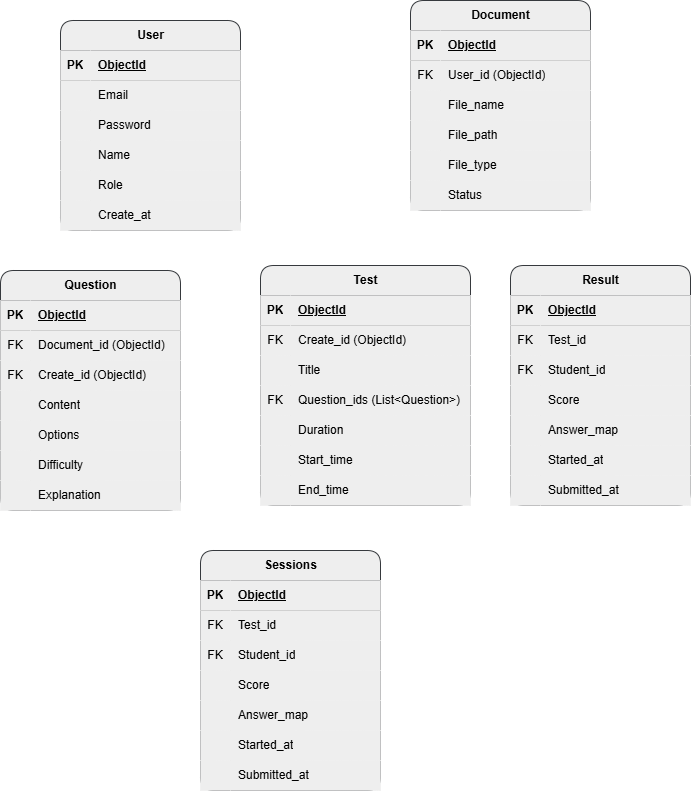
This is documents/images/Db_design.png from trkien2510/Learn-assist, a draw.io export, as it was before one commit. Source tidied: cells renumbered, new cells last; positions are measured from the earlier drawing's top-left corner, leaving out a move shared by most shapes.
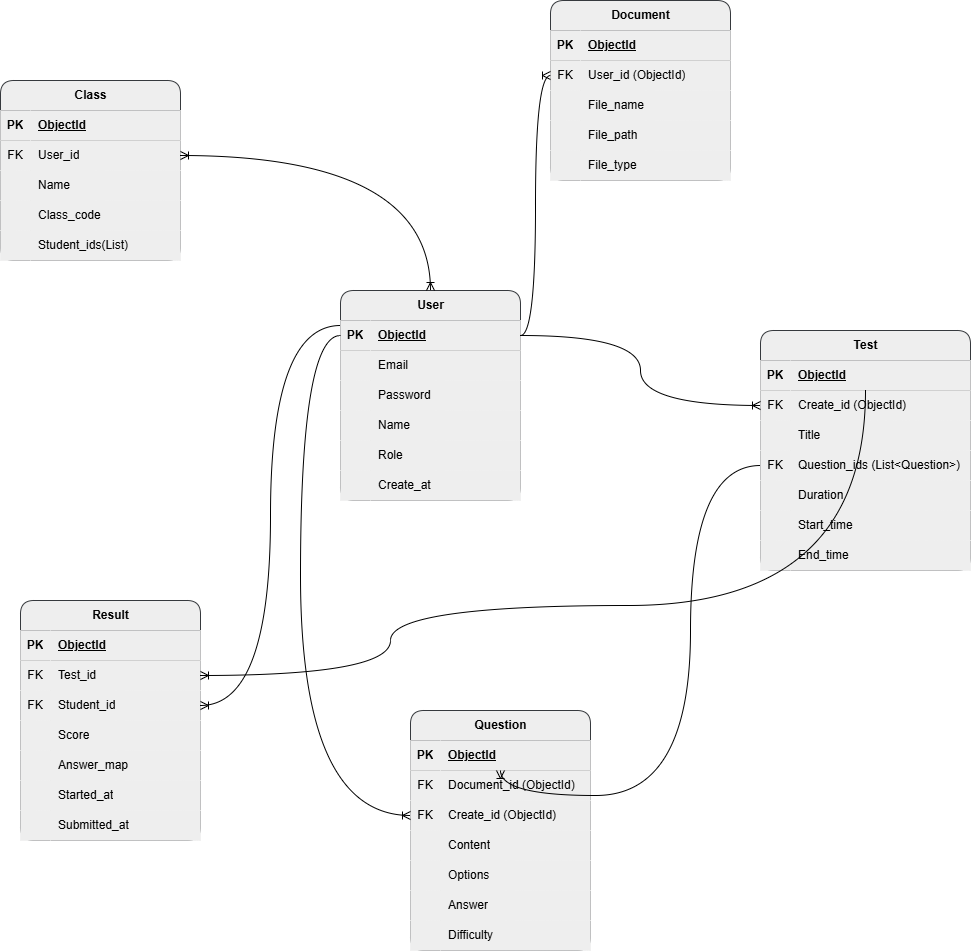
Later version of the same file.

Diff of the diagram source:
```diff
@@ -5,3 +5,3 @@
     <mxCell id="2" value="User" style="shape=table;startSize=30;rowLines=0;fontStyle=1;align=center;html=1;rounded=1;shadow=0;swimlaneLine=1;fillColor=light-dark(#EEEEEE,#E6E6E6);strokeColor=#36393d;fontColor=light-dark(#000000,#000000);" parent="1" vertex="1">
-      <mxGeometry x="60" y="20" width="180" height="210" as="geometry" />
+      <mxGeometry x="300" y="-60" width="180" height="210" as="geometry" />
     </mxCell>
@@ -62,3 +62,3 @@
     <mxCell id="21" value="Document" style="shape=table;startSize=30;rowLines=0;fontStyle=1;align=center;html=1;rounded=1;shadow=0;swimlaneLine=1;fillColor=light-dark(#EEEEEE,#E6E6E6);strokeColor=#36393d;fontColor=light-dark(#000000,#000000);" parent="1" vertex="1">
-      <mxGeometry x="410" width="180" height="210" as="geometry" />
+      <mxGeometry x="510" y="-350" width="180" height="180" as="geometry" />
     </mxCell>
@@ -109,13 +109,4 @@
     </mxCell>
-    <mxCell id="37" style="shape=tableRow;horizontal=0;startSize=0;swimlaneHead=0;swimlaneBody=0;fillColor=light-dark(#EEEEEE,#E6E6E6);top=0;left=0;right=0;bottom=0;fontColor=light-dark(#000000,#000000);" parent="21" vertex="1">
-      <mxGeometry y="180" width="180" height="30" as="geometry" />
-    </mxCell>
-    <mxCell id="38" style="shape=partialRectangle;fillColor=light-dark(#EEEEEE,#E6E6E6);top=0;left=0;bottom=0;right=0;overflow=hidden;whiteSpace=wrap;html=1;fontColor=light-dark(#000000,#000000);" parent="37" vertex="1">
-      <mxGeometry width="30" height="30" as="geometry" />
-    </mxCell>
-    <mxCell id="39" value="Status" style="shape=partialRectangle;fillColor=light-dark(#EEEEEE,#E6E6E6);top=0;left=0;bottom=0;right=0;align=left;spacingLeft=6;overflow=hidden;whiteSpace=wrap;html=1;fontColor=light-dark(#000000,#000000);" parent="37" vertex="1">
-      <mxGeometry x="30" width="150" height="30" as="geometry" />
-    </mxCell>
     <mxCell id="40" value="Question" style="shape=table;startSize=30;rowLines=0;fontStyle=1;align=center;html=1;rounded=1;shadow=0;swimlaneLine=1;fillColor=light-dark(#EEEEEE,#E6E6E6);strokeColor=#36393d;fontColor=light-dark(#000000,#000000);" parent="1" vertex="1">
-      <mxGeometry y="270" width="180" height="240" as="geometry" />
+      <mxGeometry x="370" y="360" width="180" height="240" as="geometry" />
     </mxCell>
@@ -166,4 +157,13 @@
     </mxCell>
+    <mxCell id="59" style="shape=tableRow;horizontal=0;startSize=0;swimlaneHead=0;swimlaneBody=0;fillColor=light-dark(#EEEEEE,#E6E6E6);top=0;left=0;right=0;bottom=0;fontColor=light-dark(#000000,#000000);" parent="40" vertex="1">
+      <mxGeometry y="180" width="180" height="30" as="geometry" />
+    </mxCell>
+    <mxCell id="60" style="shape=partialRectangle;fillColor=light-dark(#EEEEEE,#E6E6E6);top=0;left=0;bottom=0;right=0;overflow=hidden;whiteSpace=wrap;html=1;fontColor=light-dark(#000000,#000000);" parent="59" vertex="1">
+      <mxGeometry width="30" height="30" as="geometry" />
+    </mxCell>
+    <mxCell id="61" value="Answer" style="shape=partialRectangle;fillColor=light-dark(#EEEEEE,#E6E6E6);top=0;left=0;bottom=0;right=0;align=left;spacingLeft=6;overflow=hidden;whiteSpace=wrap;html=1;fontColor=light-dark(#000000,#000000);" parent="59" vertex="1">
+      <mxGeometry x="30" width="150" height="30" as="geometry" />
+    </mxCell>
     <mxCell id="56" style="shape=tableRow;horizontal=0;startSize=0;swimlaneHead=0;swimlaneBody=0;fillColor=light-dark(#EEEEEE,#E6E6E6);top=0;left=0;right=0;bottom=0;fontColor=light-dark(#000000,#000000);" parent="40" vertex="1">
-      <mxGeometry y="180" width="180" height="30" as="geometry" />
+      <mxGeometry y="210" width="180" height="30" as="geometry" />
     </mxCell>
@@ -175,13 +175,4 @@
     </mxCell>
-    <mxCell id="59" style="shape=tableRow;horizontal=0;startSize=0;swimlaneHead=0;swimlaneBody=0;fillColor=light-dark(#EEEEEE,#E6E6E6);top=0;left=0;right=0;bottom=0;fontColor=light-dark(#000000,#000000);" parent="40" vertex="1">
-      <mxGeometry y="210" width="180" height="30" as="geometry" />
-    </mxCell>
-    <mxCell id="60" style="shape=partialRectangle;fillColor=light-dark(#EEEEEE,#E6E6E6);top=0;left=0;bottom=0;right=0;overflow=hidden;whiteSpace=wrap;html=1;fontColor=light-dark(#000000,#000000);" parent="59" vertex="1">
-      <mxGeometry width="30" height="30" as="geometry" />
-    </mxCell>
-    <mxCell id="61" value="Explanation" style="shape=partialRectangle;fillColor=light-dark(#EEEEEE,#E6E6E6);top=0;left=0;bottom=0;right=0;align=left;spacingLeft=6;overflow=hidden;whiteSpace=wrap;html=1;fontColor=light-dark(#000000,#000000);" parent="59" vertex="1">
-      <mxGeometry x="30" width="150" height="30" as="geometry" />
-    </mxCell>
     <mxCell id="62" value="Test" style="shape=table;startSize=30;rowLines=0;fontStyle=1;align=center;html=1;rounded=1;shadow=0;swimlaneLine=1;fillColor=light-dark(#EEEEEE,#E6E6E6);strokeColor=#36393d;fontColor=light-dark(#000000,#000000);" parent="1" vertex="1">
-      <mxGeometry x="260" y="265" width="210" height="240" as="geometry" />
+      <mxGeometry x="720" y="-20" width="210" height="240" as="geometry" />
     </mxCell>
@@ -251,3 +242,3 @@
     <mxCell id="84" value="Result" style="shape=table;startSize=30;rowLines=0;fontStyle=1;align=center;html=1;rounded=1;shadow=0;swimlaneLine=1;fillColor=light-dark(#EEEEEE,#E6E6E6);strokeColor=#36393d;fontColor=light-dark(#000000,#000000);" parent="1" vertex="1">
-      <mxGeometry x="510" y="265" width="180" height="240" as="geometry" />
+      <mxGeometry x="-20" y="250" width="180" height="240" as="geometry" />
     </mxCell>
@@ -316,6 +307,6 @@
     </mxCell>
-    <mxCell id="106" value="&lt;h3 class=&quot;font-bold text-slate-700 flex items-center gap-2&quot; style=&quot;--tw-border-spacing-x: 0; --tw-border-spacing-y: 0; --tw-translate-x: 0; --tw-translate-y: 0; --tw-rotate: 0; --tw-skew-x: 0; --tw-skew-y: 0; --tw-scale-x: 1; --tw-scale-y: 1; --tw-pan-x: ; --tw-pan-y: ; --tw-pinch-zoom: ; --tw-scroll-snap-strictness: proximity; --tw-gradient-from-position: ; --tw-gradient-via-position: ; --tw-gradient-to-position: ; --tw-ordinal: ; --tw-slashed-zero: ; --tw-numeric-figure: ; --tw-numeric-spacing: ; --tw-numeric-fraction: ; --tw-ring-inset: ; --tw-ring-offset-width: 0px; --tw-ring-offset-color: #fff; --tw-ring-color: rgb(59 130 246 / 0.5); --tw-ring-offset-shadow: 0 0 #0000; --tw-ring-shadow: 0 0 #0000; --tw-shadow: 0 0 #0000; --tw-shadow-colored: 0 0 #0000; --tw-blur: ; --tw-brightness: ; --tw-contrast: ; --tw-grayscale: ; --tw-hue-rotate: ; --tw-invert: ; --tw-saturate: ; --tw-sepia: ; --tw-drop-shadow: ; --tw-backdrop-blur: ; --tw-backdrop-brightness: ; --tw-backdrop-contrast: ; --tw-backdrop-grayscale: ; --tw-backdrop-hue-rotate: ; --tw-backdrop-invert: ; --tw-backdrop-opacity: ; --tw-backdrop-saturate: ; --tw-backdrop-sepia: ; --tw-contain-size: ; --tw-contain-layout: ; --tw-contain-paint: ; --tw-contain-style: ; box-sizing: border-box; border-width: 0px; border-style: solid; border-color: rgb(229, 231, 235); font-size: inherit; margin: 0px; display: flex; align-items: center; gap: 0.5rem; --tw-text-opacity: 1; font-family: Inter, sans-serif; text-align: start; text-wrap-mode: wrap;&quot;&gt;Sessions&lt;/h3&gt;" style="shape=table;startSize=30;rowLines=0;fontStyle=1;align=center;html=1;rounded=1;shadow=0;swimlaneLine=1;fillColor=light-dark(#EEEEEE,#E6E6E6);strokeColor=#36393d;fontColor=light-dark(#000000,#000000);" parent="1" vertex="1">
-      <mxGeometry x="200" y="550" width="180" height="240" as="geometry" />
-    </mxCell>
+    <mxCell id="128" value="Class" style="shape=table;startSize=30;rowLines=0;fontStyle=1;align=center;html=1;rounded=1;shadow=0;swimlaneLine=1;fillColor=light-dark(#EEEEEE,#E6E6E6);strokeColor=#36393d;fontColor=light-dark(#000000,#000000);" parent="1" vertex="1">
+      <mxGeometry x="-40" y="-270" width="180" height="180" as="geometry" />
+    </mxCell>
-    <mxCell id="107" style="shape=tableRow;horizontal=0;startSize=0;swimlaneHead=0;swimlaneBody=0;fillColor=light-dark(#EEEEEE,#E6E6E6);top=0;left=0;right=0;bottom=1;fontColor=light-dark(#000000,#000000);" parent="106" vertex="1">
+    <mxCell id="107" style="shape=tableRow;horizontal=0;startSize=0;swimlaneHead=0;swimlaneBody=0;fillColor=light-dark(#EEEEEE,#E6E6E6);top=0;left=0;right=0;bottom=1;fontColor=light-dark(#000000,#000000);" parent="128" vertex="1">
       <mxGeometry y="30" width="180" height="30" as="geometry" />
@@ -328,56 +319,80 @@
     </mxCell>
-    <mxCell id="110" style="shape=tableRow;horizontal=0;startSize=0;swimlaneHead=0;swimlaneBody=0;fillColor=light-dark(#EEEEEE,#E6E6E6);points=[[0,0.5],[1,0.5]];portConstraint=eastwest;top=0;left=0;right=0;bottom=0;fontColor=light-dark(#000000,#000000);" parent="106" vertex="1">
+    <mxCell id="110" style="shape=tableRow;horizontal=0;startSize=0;swimlaneHead=0;swimlaneBody=0;fillColor=light-dark(#EEEEEE,#E6E6E6);points=[[0,0.5],[1,0.5]];portConstraint=eastwest;top=0;left=0;right=0;bottom=0;fontColor=light-dark(#000000,#000000);" parent="128" vertex="1">
       <mxGeometry y="60" width="180" height="30" as="geometry" />
     </mxCell>
-    <mxCell id="111" value="FK" style="shape=partialRectangle;fillColor=light-dark(#EEEEEE,#E6E6E6);top=0;left=0;bottom=0;right=0;overflow=hidden;whiteSpace=wrap;html=1;fontColor=light-dark(#000000,#000000);" parent="110" vertex="1">
-      <mxGeometry width="30" height="30" as="geometry" />
-    </mxCell>
-    <mxCell id="112" value="Test_id" style="shape=partialRectangle;fillColor=light-dark(#EEEEEE,#E6E6E6);top=0;left=0;bottom=0;right=0;align=left;spacingLeft=6;overflow=hidden;whiteSpace=wrap;html=1;fontColor=light-dark(#000000,#000000);" parent="110" vertex="1">
-      <mxGeometry x="30" width="150" height="30" as="geometry" />
-    </mxCell>
+    <mxCell id="129" value="FK" style="shape=partialRectangle;fillColor=light-dark(#EEEEEE,#E6E6E6);top=0;left=0;bottom=0;right=0;overflow=hidden;whiteSpace=wrap;html=1;fontColor=light-dark(#000000,#000000);" parent="110" vertex="1">
+      <mxGeometry width="30" height="30" as="geometry" />
+    </mxCell>
+    <mxCell id="130" value="User_id" style="shape=partialRectangle;fillColor=light-dark(#EEEEEE,#E6E6E6);top=0;left=0;bottom=0;right=0;align=left;spacingLeft=6;overflow=hidden;whiteSpace=wrap;html=1;fontColor=light-dark(#000000,#000000);" parent="110" vertex="1">
+      <mxGeometry x="30" width="150" height="30" as="geometry" />
+    </mxCell>
-    <mxCell id="113" style="shape=tableRow;horizontal=0;startSize=0;swimlaneHead=0;swimlaneBody=0;fillColor=light-dark(#EEEEEE,#E6E6E6);top=0;left=0;right=0;bottom=0;fontColor=light-dark(#000000,#000000);" parent="106" vertex="1">
+    <mxCell id="113" style="shape=tableRow;horizontal=0;startSize=0;swimlaneHead=0;swimlaneBody=0;fillColor=light-dark(#EEEEEE,#E6E6E6);top=0;left=0;right=0;bottom=0;fontColor=light-dark(#000000,#000000);" parent="128" vertex="1">
       <mxGeometry y="90" width="180" height="30" as="geometry" />
     </mxCell>
-    <mxCell id="114" value="FK" style="shape=partialRectangle;fillColor=light-dark(#EEEEEE,#E6E6E6);top=0;left=0;bottom=0;right=0;overflow=hidden;whiteSpace=wrap;html=1;fontColor=light-dark(#000000,#000000);" parent="113" vertex="1">
-      <mxGeometry width="30" height="30" as="geometry" />
-    </mxCell>
-    <mxCell id="115" value="Student_id" style="shape=partialRectangle;fillColor=light-dark(#EEEEEE,#E6E6E6);top=0;left=0;bottom=0;right=0;align=left;spacingLeft=6;overflow=hidden;whiteSpace=wrap;html=1;fontColor=light-dark(#000000,#000000);" parent="113" vertex="1">
-      <mxGeometry x="30" width="150" height="30" as="geometry" />
-    </mxCell>
+    <mxCell id="131" style="shape=partialRectangle;fillColor=light-dark(#EEEEEE,#E6E6E6);top=0;left=0;bottom=0;right=0;overflow=hidden;whiteSpace=wrap;html=1;fontColor=light-dark(#000000,#000000);" parent="113" vertex="1">
+      <mxGeometry width="30" height="30" as="geometry" />
+    </mxCell>
+    <mxCell id="132" value="Name" style="shape=partialRectangle;fillColor=light-dark(#EEEEEE,#E6E6E6);top=0;left=0;bottom=0;right=0;align=left;spacingLeft=6;overflow=hidden;whiteSpace=wrap;html=1;fontColor=light-dark(#000000,#000000);" parent="113" vertex="1">
+      <mxGeometry x="30" width="150" height="30" as="geometry" />
+    </mxCell>
-    <mxCell id="116" style="shape=tableRow;horizontal=0;startSize=0;swimlaneHead=0;swimlaneBody=0;fillColor=light-dark(#EEEEEE,#E6E6E6);top=0;left=0;right=0;bottom=0;fontColor=light-dark(#000000,#000000);" parent="106" vertex="1">
+    <mxCell id="116" style="shape=tableRow;horizontal=0;startSize=0;swimlaneHead=0;swimlaneBody=0;fillColor=light-dark(#EEEEEE,#E6E6E6);top=0;left=0;right=0;bottom=0;fontColor=light-dark(#000000,#000000);" parent="128" vertex="1">
       <mxGeometry y="120" width="180" height="30" as="geometry" />
     </mxCell>
-    <mxCell id="117" style="shape=partialRectangle;fillColor=light-dark(#EEEEEE,#E6E6E6);top=0;left=0;bottom=0;right=0;overflow=hidden;whiteSpace=wrap;html=1;fontColor=light-dark(#000000,#000000);" parent="116" vertex="1">
-      <mxGeometry width="30" height="30" as="geometry" />
-    </mxCell>
-    <mxCell id="118" value="Score" style="shape=partialRectangle;fillColor=light-dark(#EEEEEE,#E6E6E6);top=0;left=0;bottom=0;right=0;align=left;spacingLeft=6;overflow=hidden;whiteSpace=wrap;html=1;fontColor=light-dark(#000000,#000000);" parent="116" vertex="1">
-      <mxGeometry x="30" width="150" height="30" as="geometry" />
-    </mxCell>
+    <mxCell id="133" style="shape=partialRectangle;fillColor=light-dark(#EEEEEE,#E6E6E6);top=0;left=0;bottom=0;right=0;overflow=hidden;whiteSpace=wrap;html=1;fontColor=light-dark(#000000,#000000);" parent="116" vertex="1">
+      <mxGeometry width="30" height="30" as="geometry" />
+    </mxCell>
+    <mxCell id="134" value="Class_code" style="shape=partialRectangle;fillColor=light-dark(#EEEEEE,#E6E6E6);top=0;left=0;bottom=0;right=0;align=left;spacingLeft=6;overflow=hidden;whiteSpace=wrap;html=1;fontColor=light-dark(#000000,#000000);" parent="116" vertex="1">
+      <mxGeometry x="30" width="150" height="30" as="geometry" />
+    </mxCell>
-    <mxCell id="119" style="shape=tableRow;horizontal=0;startSize=0;swimlaneHead=0;swimlaneBody=0;fillColor=light-dark(#EEEEEE,#E6E6E6);top=0;left=0;right=0;bottom=0;fontColor=light-dark(#000000,#000000);" parent="106" vertex="1">
+    <mxCell id="119" style="shape=tableRow;horizontal=0;startSize=0;swimlaneHead=0;swimlaneBody=0;fillColor=light-dark(#EEEEEE,#E6E6E6);top=0;left=0;right=0;bottom=0;fontColor=light-dark(#000000,#000000);" parent="128" vertex="1">
       <mxGeometry y="150" width="180" height="30" as="geometry" />
     </mxCell>
-    <mxCell id="120" style="shape=partialRectangle;fillColor=light-dark(#EEEEEE,#E6E6E6);top=0;left=0;bottom=0;right=0;overflow=hidden;whiteSpace=wrap;html=1;fontColor=light-dark(#000000,#000000);" parent="119" vertex="1">
-      <mxGeometry width="30" height="30" as="geometry" />
-    </mxCell>
-    <mxCell id="121" value="Answer_map" style="shape=partialRectangle;fillColor=light-dark(#EEEEEE,#E6E6E6);top=0;left=0;bottom=0;right=0;align=left;spacingLeft=6;overflow=hidden;whiteSpace=wrap;html=1;fontColor=light-dark(#000000,#000000);" parent="119" vertex="1">
-      <mxGeometry x="30" width="150" height="30" as="geometry" />
-    </mxCell>
-    <mxCell id="122" style="shape=tableRow;horizontal=0;startSize=0;swimlaneHead=0;swimlaneBody=0;fillColor=light-dark(#EEEEEE,#E6E6E6);top=0;left=0;right=0;bottom=0;fontColor=light-dark(#000000,#000000);" parent="106" vertex="1">
-      <mxGeometry y="180" width="180" height="30" as="geometry" />
-    </mxCell>
-    <mxCell id="123" style="shape=partialRectangle;fillColor=light-dark(#EEEEEE,#E6E6E6);top=0;left=0;bottom=0;right=0;overflow=hidden;whiteSpace=wrap;html=1;fontColor=light-dark(#000000,#000000);" parent="122" vertex="1">
-      <mxGeometry width="30" height="30" as="geometry" />
-    </mxCell>
-    <mxCell id="124" value="Started_at" style="shape=partialRectangle;fillColor=light-dark(#EEEEEE,#E6E6E6);top=0;left=0;bottom=0;right=0;align=left;spacingLeft=6;overflow=hidden;whiteSpace=wrap;html=1;fontColor=light-dark(#000000,#000000);" parent="122" vertex="1">
-      <mxGeometry x="30" width="150" height="30" as="geometry" />
-    </mxCell>
-    <mxCell id="125" style="shape=tableRow;horizontal=0;startSize=0;swimlaneHead=0;swimlaneBody=0;fillColor=light-dark(#EEEEEE,#E6E6E6);top=0;left=0;right=0;bottom=0;fontColor=light-dark(#000000,#000000);" parent="106" vertex="1">
-      <mxGeometry y="210" width="180" height="30" as="geometry" />
-    </mxCell>
-    <mxCell id="126" style="shape=partialRectangle;fillColor=light-dark(#EEEEEE,#E6E6E6);top=0;left=0;bottom=0;right=0;overflow=hidden;whiteSpace=wrap;html=1;fontColor=light-dark(#000000,#000000);" parent="125" vertex="1">
-      <mxGeometry width="30" height="30" as="geometry" />
-    </mxCell>
-    <mxCell id="127" value="Submitted_at" style="shape=partialRectangle;fillColor=light-dark(#EEEEEE,#E6E6E6);top=0;left=0;bottom=0;right=0;align=left;spacingLeft=6;overflow=hidden;whiteSpace=wrap;html=1;fontColor=light-dark(#000000,#000000);" parent="125" vertex="1">
-      <mxGeometry x="30" width="150" height="30" as="geometry" />
-    </mxCell>
+    <mxCell id="135" style="shape=partialRectangle;fillColor=light-dark(#EEEEEE,#E6E6E6);top=0;left=0;bottom=0;right=0;overflow=hidden;whiteSpace=wrap;html=1;fontColor=light-dark(#000000,#000000);" parent="119" vertex="1">
+      <mxGeometry width="30" height="30" as="geometry" />
+    </mxCell>
+    <mxCell id="136" value="Student_ids(List)" style="shape=partialRectangle;fillColor=light-dark(#EEEEEE,#E6E6E6);top=0;left=0;bottom=0;right=0;align=left;spacingLeft=6;overflow=hidden;whiteSpace=wrap;html=1;fontColor=light-dark(#000000,#000000);" parent="119" vertex="1">
+      <mxGeometry x="30" width="150" height="30" as="geometry" />
+    </mxCell>
+    <mxCell id="137" style="edgeStyle=orthogonalEdgeStyle;fontSize=12;html=1;endArrow=ERoneToMany;startArrow=ERoneToMany;rounded=0;curved=1;" parent="1" edge="1" source="2" target="110">
+      <mxGeometry relative="1" as="geometry" />
+    </mxCell>
+    <mxCell id="138" style="edgeStyle=orthogonalEdgeStyle;fontSize=12;html=1;endArrow=ERoneToMany;rounded=0;curved=1;" parent="1" edge="1" source="3" target="25">
+      <mxGeometry relative="1" as="geometry" />
+    </mxCell>
+    <mxCell id="139" style="edgeStyle=orthogonalEdgeStyle;fontSize=12;html=1;endArrow=ERoneToMany;rounded=0;curved=1;" parent="1" edge="1" source="3" target="66">
+      <mxGeometry relative="1" as="geometry" />
+    </mxCell>
+    <mxCell id="140" style="edgeStyle=orthogonalEdgeStyle;fontSize=12;html=1;endArrow=ERoneToMany;rounded=0;curved=1;" parent="1" edge="1" source="72" target="41">
+      <mxGeometry relative="1" as="geometry">
+        <Array as="points">
+          <mxPoint x="650" y="115" />
+          <mxPoint x="650" y="445" />
+          <mxPoint x="460" y="445" />
+        </Array>
+      </mxGeometry>
+    </mxCell>
+    <mxCell id="141" style="edgeStyle=orthogonalEdgeStyle;fontSize=12;html=1;endArrow=ERoneToMany;rounded=0;curved=1;" parent="1" edge="1" source="63" target="88">
+      <mxGeometry relative="1" as="geometry">
+        <Array as="points">
+          <mxPoint x="350" y="255" />
+          <mxPoint x="350" y="325" />
+        </Array>
+      </mxGeometry>
+    </mxCell>
+    <mxCell id="142" style="edgeStyle=orthogonalEdgeStyle;fontSize=12;html=1;endArrow=ERoneToMany;rounded=0;curved=1;" parent="1" edge="1" source="3" target="91">
+      <mxGeometry relative="1" as="geometry">
+        <Array as="points">
+          <mxPoint x="230" y="-25" />
+          <mxPoint x="230" y="355" />
+        </Array>
+      </mxGeometry>
+    </mxCell>
+    <mxCell id="143" style="edgeStyle=orthogonalEdgeStyle;fontSize=12;html=1;endArrow=ERoneToMany;rounded=0;curved=1;" parent="1" edge="1" source="3" target="47">
+      <mxGeometry relative="1" as="geometry">
+        <Array as="points">
+          <mxPoint x="260" y="-15" />
+          <mxPoint x="260" y="465" />
+        </Array>
+      </mxGeometry>
+    </mxCell>
   </root>
```
